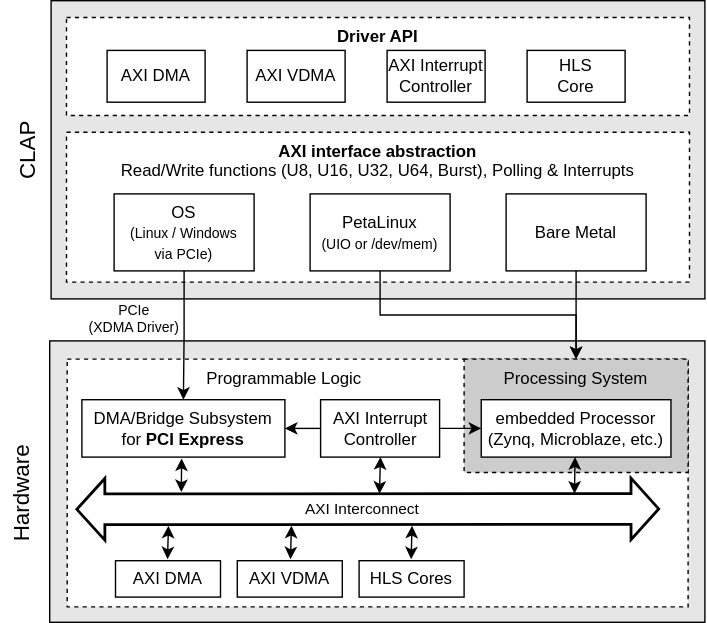
This is doc/CLAP_Overview.drawio.svg from fporrmann/CLAP, a draw.io export, as it was before one commit. Source tidied: cells renumbered, new cells last; positions are measured from the earlier drawing's top-left corner, leaving out a move shared by most shapes. Source of this version:
```xml
<mxGraphModel background="#ffffff">
  <root>
    <mxCell id="0" />
    <mxCell id="1" parent="0" />
    <mxCell id="2" style="rounded=0;whiteSpace=wrap;html=1;fontSize=10;verticalAlign=top;fontColor=#000000;fillColor=#E6E6E6;strokeColor=#000000;" parent="1" vertex="1">
      <mxGeometry x="49" y="243" width="468" height="201" as="geometry" />
    </mxCell>
    <mxCell id="3" style="rounded=0;whiteSpace=wrap;html=1;align=center;verticalAlign=top;fontColor=#000000;fillColor=#FFFFFF;strokeColor=#000000;dashed=1;" parent="1" vertex="1">
      <mxGeometry x="61.5" y="256" width="443.5" height="177" as="geometry" />
    </mxCell>
    <mxCell id="4" value="Processing System" style="rounded=0;whiteSpace=wrap;html=1;align=center;verticalAlign=top;fontColor=#000000;fillColor=#CCCCCC;strokeColor=#000000;dashed=1;" parent="1" vertex="1">
      <mxGeometry x="345" y="256" width="160" height="81" as="geometry" />
    </mxCell>
    <mxCell id="5" style="rounded=0;whiteSpace=wrap;html=1;fontSize=10;verticalAlign=top;fontColor=#000000;fillColor=#E6E6E6;strokeColor=#000000;" parent="1" vertex="1">
      <mxGeometry x="50" width="467" height="213" as="geometry" />
    </mxCell>
    <mxCell id="6" value="&lt;b&gt;Driver API&lt;/b&gt;" style="rounded=0;whiteSpace=wrap;html=1;dashed=1;horizontal=1;verticalAlign=top;fontColor=#000000;fillColor=#FFFFFF;strokeColor=#000000;" parent="1" vertex="1">
      <mxGeometry x="61" y="12" width="445" height="70" as="geometry" />
    </mxCell>
    <mxCell id="7" value="&lt;b&gt;AXI interface abstraction&lt;/b&gt;&amp;nbsp;&lt;br&gt;Read/Write functions&amp;nbsp;&lt;font style=&quot;font-size: 12px;&quot;&gt;(U8, U16, U32, U64, Burst),&amp;nbsp;Polling &amp;amp; Interrupts&lt;br&gt;&lt;/font&gt;" style="rounded=0;whiteSpace=wrap;html=1;fontColor=#000000;fillColor=#FFFFFF;strokeColor=#000000;horizontal=1;verticalAlign=top;dashed=1;" parent="1" vertex="1">
      <mxGeometry x="61" y="94" width="445" height="107" as="geometry" />
    </mxCell>
    <mxCell id="8" value="DMA/Bridge Subsystem &lt;br&gt;for &lt;b&gt;PCI Express&lt;/b&gt;" style="rounded=0;whiteSpace=wrap;html=1;fontColor=#000000;fillColor=none;strokeColor=#000000;" parent="1" vertex="1">
      <mxGeometry x="72" y="285" width="145" height="41" as="geometry" />
    </mxCell>
    <mxCell id="9" style="edgeStyle=orthogonalEdgeStyle;rounded=0;jettySize=auto;html=1;exitX=0.5;exitY=1;exitDx=0;exitDy=0;entryX=0.5;entryY=0;entryDx=0;entryDy=0;verticalAlign=bottom;fontSize=10;fontColor=#000000;labelBackgroundColor=none;strokeColor=#000000;" parent="1" edge="1" source="10" target="4">
      <mxGeometry relative="1" as="geometry" />
    </mxCell>
    <mxCell id="10" value="PetaLinux&lt;br&gt;&lt;font style=&quot;font-size: 10px;&quot;&gt;(UIO or /dev/mem)&lt;/font&gt;" style="rounded=0;whiteSpace=wrap;html=1;fontColor=#000000;fillColor=none;strokeColor=#000000;" parent="1" vertex="1">
      <mxGeometry x="235" y="138" width="100" height="55" as="geometry" />
    </mxCell>
    <mxCell id="11" style="edgeStyle=orthogonalEdgeStyle;rounded=0;jettySize=auto;html=1;exitX=0.5;exitY=1;exitDx=0;exitDy=0;entryX=0.5;entryY=0;entryDx=0;entryDy=0;fontSize=10;verticalAlign=bottom;fontColor=#000000;labelBackgroundColor=none;strokeColor=#000000;" parent="1" edge="1" source="12" target="4">
      <mxGeometry relative="1" as="geometry" />
    </mxCell>
    <mxCell id="12" value="Bare Metal" style="rounded=0;whiteSpace=wrap;html=1;fontColor=#000000;fillColor=none;strokeColor=#000000;" parent="1" vertex="1">
      <mxGeometry x="375" y="138" width="100" height="55" as="geometry" />
    </mxCell>
    <mxCell id="13" value="&lt;font style=&quot;font-size: 10px;&quot;&gt;PCIe&amp;nbsp;&lt;br style=&quot;font-size: 10px;&quot;&gt;(XDMA Driver)&lt;/font&gt;" style="edgeStyle=orthogonalEdgeStyle;rounded=0;jettySize=auto;html=1;exitX=0.5;exitY=1;exitDx=0;exitDy=0;entryX=0.5;entryY=0;entryDx=0;entryDy=0;fontSize=10;verticalAlign=middle;fontColor=#000000;labelBackgroundColor=#FFFFFF;strokeColor=#000000;" parent="1" edge="1" source="14" target="8">
      <mxGeometry x="-0.27" y="-36" relative="1" as="geometry" />
    </mxCell>
    <mxCell id="14" value="OS&amp;nbsp;&lt;br&gt;&lt;font style=&quot;font-size: 10px;&quot;&gt;(Linux / Windows &lt;br&gt;via PCIe)&lt;/font&gt;" style="rounded=0;whiteSpace=wrap;html=1;fontColor=#000000;fillColor=none;strokeColor=#000000;" parent="1" vertex="1">
      <mxGeometry x="95" y="138" width="100" height="55" as="geometry" />
    </mxCell>
    <mxCell id="15" value="HLS Cores" style="rounded=0;whiteSpace=wrap;html=1;fontColor=#000000;fillColor=none;strokeColor=#000000;" parent="1" vertex="1">
      <mxGeometry x="270" y="400" width="75" height="26" as="geometry" />
    </mxCell>
    <mxCell id="16" value="HLS &lt;br&gt;Core&amp;nbsp;" style="rounded=0;whiteSpace=wrap;html=1;fontColor=#000000;fillColor=none;strokeColor=#000000;" parent="1" vertex="1">
      <mxGeometry x="390" y="35.5" width="70" height="37" as="geometry" />
    </mxCell>
    <mxCell id="17" value="AXI DMA" style="rounded=0;whiteSpace=wrap;html=1;fontColor=#000000;fillColor=none;strokeColor=#000000;" parent="1" vertex="1">
      <mxGeometry x="90" y="35.5" width="70" height="37" as="geometry" />
    </mxCell>
    <mxCell id="18" value="AXI VDMA" style="rounded=0;whiteSpace=wrap;html=1;fontColor=#000000;fillColor=none;strokeColor=#000000;" parent="1" vertex="1">
      <mxGeometry x="190" y="35.5" width="70" height="37" as="geometry" />
    </mxCell>
    <mxCell id="19" value="AXI DMA" style="rounded=0;whiteSpace=wrap;html=1;fontColor=#000000;fillColor=none;strokeColor=#000000;" parent="1" vertex="1">
      <mxGeometry x="96" y="400" width="75" height="26" as="geometry" />
    </mxCell>
    <mxCell id="20" value="&lt;font style=&quot;font-size: 16px;&quot;&gt;Hardware&lt;/font&gt;" style="text;html=1;strokeColor=none;fillColor=none;align=center;verticalAlign=middle;whiteSpace=wrap;rounded=0;fontSize=8;horizontal=0;fontColor=#000000;" parent="1" vertex="1">
      <mxGeometry x="14" y="282" width="30" height="140" as="geometry" />
    </mxCell>
    <mxCell id="21" style="edgeStyle=orthogonalEdgeStyle;hachureGap=4;html=1;entryX=1;entryY=0.5;entryDx=0;entryDy=0;labelBackgroundColor=none;strokeColor=#000000;fontFamily=Architects Daughter;fontSource=https%3A%2F%2Ffonts.googleapis.com%2Fcss%3Ffamily%3DArchitects%2BDaughter;fontSize=10;fontColor=#000000;fillColor=none;rounded=0;exitX=0;exitY=0.5;exitDx=0;exitDy=0;" parent="1" edge="1" source="22" target="8">
      <mxGeometry relative="1" as="geometry" />
    </mxCell>
    <mxCell id="22" value="AXI Interrupt &lt;br&gt;Controller" style="rounded=0;whiteSpace=wrap;html=1;fontSize=12;verticalAlign=middle;fillColor=none;strokeColor=#000000;fontColor=#000000;" parent="1" vertex="1">
      <mxGeometry x="242.5" y="285" width="85" height="41" as="geometry" />
    </mxCell>
    <mxCell id="23" value="embedded Processor &lt;br&gt;(Zynq, Microblaze, etc.)" style="rounded=0;whiteSpace=wrap;html=1;fontColor=#000000;fillColor=#FFFFFF;strokeColor=#000000;" parent="1" vertex="1">
      <mxGeometry x="357.2" y="285" width="135.5" height="41" as="geometry" />
    </mxCell>
    <mxCell id="24" value="AXI Interrupt Controller" style="rounded=0;whiteSpace=wrap;html=1;fontColor=#000000;fillColor=none;strokeColor=#000000;" parent="1" vertex="1">
      <mxGeometry x="290" y="35.5" width="70" height="37" as="geometry" />
    </mxCell>
    <mxCell id="25" value="AXI VDMA" style="rounded=0;whiteSpace=wrap;html=1;fontColor=#000000;fillColor=none;strokeColor=#000000;" parent="1" vertex="1">
      <mxGeometry x="183" y="400" width="75" height="26" as="geometry" />
    </mxCell>
    <mxCell id="26" value="&lt;font style=&quot;border-color: rgb(0, 0, 0); font-family: Helvetica; font-size: 10px; font-style: normal; font-variant-ligatures: normal; font-variant-caps: normal; font-weight: 400; letter-spacing: normal; orphans: 2; text-indent: 0px; text-transform: none; widows: 2; word-spacing: 0px; -webkit-text-stroke-width: 0px; text-decoration-thickness: initial; text-decoration-style: initial; text-decoration-color: initial;&quot;&gt;&lt;span style=&quot;border-color: rgb(0, 0, 0); font-size: 16px;&quot;&gt;CLAP&amp;nbsp;&lt;/span&gt;&lt;br&gt;&lt;/font&gt;" style="text;whiteSpace=wrap;html=1;fillColor=none;strokeColor=none;fontColor=#000000;labelBackgroundColor=none;rotation=-90;align=center;" parent="1" vertex="1">
      <mxGeometry y="91" width="64" height="31" as="geometry" />
    </mxCell>
    <mxCell id="27" style="edgeStyle=orthogonalEdgeStyle;hachureGap=4;html=1;labelBackgroundColor=none;strokeColor=#000000;fontFamily=Architects Daughter;fontSource=https%3A%2F%2Ffonts.googleapis.com%2Fcss%3Ffamily%3DArchitects%2BDaughter;fontSize=10;fontColor=#000000;fillColor=none;rounded=0;exitX=1;exitY=0.5;exitDx=0;exitDy=0;entryX=0;entryY=0.5;entryDx=0;entryDy=0;" parent="1" edge="1" source="22" target="23">
      <mxGeometry relative="1" as="geometry" />
    </mxCell>
    <mxCell id="28" value="&lt;span style=&quot;color: rgb(0, 0, 0); font-family: Helvetica; font-size: 12px; font-style: normal; font-variant-ligatures: normal; font-variant-caps: normal; font-weight: 400; letter-spacing: normal; orphans: 2; text-indent: 0px; text-transform: none; widows: 2; word-spacing: 0px; -webkit-text-stroke-width: 0px; text-decoration-thickness: initial; text-decoration-style: initial; text-decoration-color: initial; float: none; display: inline !important;&quot;&gt;Programmable Logic&lt;br&gt;&lt;/span&gt;" style="text;whiteSpace=wrap;html=1;fontColor=#000000;fillColor=none;labelBackgroundColor=none;align=right;" parent="1" vertex="1">
      <mxGeometry x="145" y="256" width="129" height="26" as="geometry" />
    </mxCell>
    <mxCell id="29" style="shape=flexArrow;endArrow=classic;startArrow=classic;html=1;rounded=0;strokeWidth=2;width=21;endSize=5.923076923076923;exitX=0.021;exitY=0.52;exitDx=0;exitDy=0;exitPerimeter=0;fontColor=#000000;fillColor=none;strokeColor=#000000;" parent="1" edge="1">
      <mxGeometry relative="1" as="geometry">
        <mxPoint x="67.4" y="363.3" as="sourcePoint" />
        <mxPoint x="485" y="363" as="targetPoint" />
      </mxGeometry>
    </mxCell>
    <mxCell id="30" value="AXI Interconnect" style="edgeLabel;html=1;align=center;verticalAlign=middle;fontColor=#000000;labelBackgroundColor=none;rounded=0;" parent="29" vertex="1">
      <mxGeometry x="-0.4" y="-4" relative="1" as="geometry">
        <mxPoint x="80" y="-5" as="offset" />
      </mxGeometry>
    </mxCell>
    <mxCell id="31" style="endArrow=classic;startArrow=classic;html=1;rounded=0;entryX=0.5;entryY=1;entryDx=0;entryDy=0;fontColor=#000000;strokeColor=#000000;exitX=0.503;exitY=0.543;exitDx=0;exitDy=0;exitPerimeter=0;jumpSize=6;spacing=2;" parent="1" edge="1" source="3">
      <mxGeometry relative="1" as="geometry">
        <mxPoint x="285.2" y="326" as="targetPoint" />
      </mxGeometry>
    </mxCell>
    <mxCell id="32" style="endArrow=classic;startArrow=classic;html=1;rounded=0;entryX=0.5;entryY=1;entryDx=0;entryDy=0;fontColor=#000000;strokeColor=#000000;exitX=0.817;exitY=0.543;exitDx=0;exitDy=0;exitPerimeter=0;jumpSize=6;spacing=2;" parent="1" edge="1" source="3">
      <mxGeometry relative="1" as="geometry">
        <mxPoint x="424.2" y="326" as="targetPoint" />
      </mxGeometry>
    </mxCell>
    <mxCell id="33" style="endArrow=classic;startArrow=classic;html=1;rounded=0;entryX=0.5;entryY=1;entryDx=0;entryDy=0;fontColor=#000000;strokeColor=#000000;jumpSize=6;spacing=2;" parent="1" edge="1">
      <mxGeometry relative="1" as="geometry">
        <mxPoint x="143" y="351" as="sourcePoint" />
        <mxPoint x="143.2" y="327" as="targetPoint" />
      </mxGeometry>
    </mxCell>
    <mxCell id="34" style="endArrow=classic;startArrow=classic;html=1;rounded=0;entryX=0.5;entryY=1;entryDx=0;entryDy=0;fontColor=#000000;strokeColor=#000000;exitX=0.503;exitY=0.543;exitDx=0;exitDy=0;exitPerimeter=0;jumpSize=6;spacing=2;" parent="1" edge="1">
      <mxGeometry relative="1" as="geometry">
        <mxPoint x="307.2" y="398.9" as="sourcePoint" />
        <mxPoint x="307.8" y="375" as="targetPoint" />
      </mxGeometry>
    </mxCell>
    <mxCell id="35" style="endArrow=classic;startArrow=classic;html=1;rounded=0;entryX=0.5;entryY=1;entryDx=0;entryDy=0;fontColor=#000000;strokeColor=#000000;exitX=0.503;exitY=0.543;exitDx=0;exitDy=0;exitPerimeter=0;jumpSize=6;spacing=2;" parent="1" edge="1">
      <mxGeometry relative="1" as="geometry">
        <mxPoint x="221" y="398.9" as="sourcePoint" />
        <mxPoint x="221.7" y="375" as="targetPoint" />
      </mxGeometry>
    </mxCell>
    <mxCell id="36" style="endArrow=classic;startArrow=classic;html=1;rounded=0;entryX=0.5;entryY=1;entryDx=0;entryDy=0;fontColor=#000000;strokeColor=#000000;exitX=0.503;exitY=0.543;exitDx=0;exitDy=0;exitPerimeter=0;jumpSize=6;spacing=2;" parent="1" edge="1">
      <mxGeometry relative="1" as="geometry">
        <mxPoint x="133.2" y="398.9" as="sourcePoint" />
        <mxPoint x="133.8" y="375" as="targetPoint" />
      </mxGeometry>
    </mxCell>
  </root>
</mxGraphModel>
```
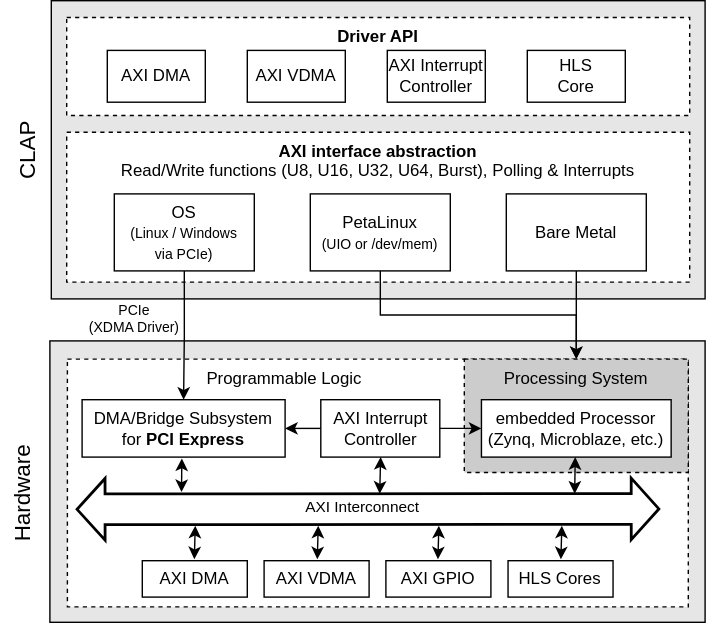
The same file after the commit.

Commit message:
Add block "AXI GPIO" to AXI Interconnect

What changed in the source:
```diff
@@ -41,8 +41,8 @@
     <mxCell id="14" value="OS&amp;nbsp;&lt;br&gt;&lt;font style=&quot;font-size: 10px;&quot;&gt;(Linux / Windows &lt;br&gt;via PCIe)&lt;/font&gt;" style="rounded=0;whiteSpace=wrap;html=1;fontColor=#000000;fillColor=none;strokeColor=#000000;" parent="1" vertex="1">
       <mxGeometry x="95" y="138" width="100" height="55" as="geometry" />
     </mxCell>
-    <mxCell id="15" value="HLS Cores" style="rounded=0;whiteSpace=wrap;html=1;fontColor=#000000;fillColor=none;strokeColor=#000000;" parent="1" vertex="1">
-      <mxGeometry x="270" y="400" width="75" height="26" as="geometry" />
+    <mxCell id="15" value="AXI GPIO" style="rounded=0;whiteSpace=wrap;html=1;fontColor=#000000;fillColor=none;strokeColor=#000000;" parent="1" vertex="1">
+      <mxGeometry x="289" y="400" width="75" height="26" as="geometry" />
     </mxCell>
     <mxCell id="16" value="HLS &lt;br&gt;Core&amp;nbsp;" style="rounded=0;whiteSpace=wrap;html=1;fontColor=#000000;fillColor=none;strokeColor=#000000;" parent="1" vertex="1">
       <mxGeometry x="390" y="35.5" width="70" height="37" as="geometry" />
@@ -54,7 +54,7 @@
       <mxGeometry x="190" y="35.5" width="70" height="37" as="geometry" />
     </mxCell>
     <mxCell id="19" value="AXI DMA" style="rounded=0;whiteSpace=wrap;html=1;fontColor=#000000;fillColor=none;strokeColor=#000000;" parent="1" vertex="1">
-      <mxGeometry x="96" y="400" width="75" height="26" as="geometry" />
+      <mxGeometry x="115" y="400" width="75" height="26" as="geometry" />
     </mxCell>
     <mxCell id="20" value="&lt;font style=&quot;font-size: 16px;&quot;&gt;Hardware&lt;/font&gt;" style="text;html=1;strokeColor=none;fillColor=none;align=center;verticalAlign=middle;whiteSpace=wrap;rounded=0;fontSize=8;horizontal=0;fontColor=#000000;" parent="1" vertex="1">
       <mxGeometry x="14" y="282" width="30" height="140" as="geometry" />
@@ -72,7 +72,7 @@
       <mxGeometry x="290" y="35.5" width="70" height="37" as="geometry" />
     </mxCell>
     <mxCell id="25" value="AXI VDMA" style="rounded=0;whiteSpace=wrap;html=1;fontColor=#000000;fillColor=none;strokeColor=#000000;" parent="1" vertex="1">
-      <mxGeometry x="183" y="400" width="75" height="26" as="geometry" />
+      <mxGeometry x="202" y="400" width="75" height="26" as="geometry" />
     </mxCell>
     <mxCell id="26" value="&lt;font style=&quot;border-color: rgb(0, 0, 0); font-family: Helvetica; font-size: 10px; font-style: normal; font-variant-ligatures: normal; font-variant-caps: normal; font-weight: 400; letter-spacing: normal; orphans: 2; text-indent: 0px; text-transform: none; widows: 2; word-spacing: 0px; -webkit-text-stroke-width: 0px; text-decoration-thickness: initial; text-decoration-style: initial; text-decoration-color: initial;&quot;&gt;&lt;span style=&quot;border-color: rgb(0, 0, 0); font-size: 16px;&quot;&gt;CLAP&amp;nbsp;&lt;/span&gt;&lt;br&gt;&lt;/font&gt;" style="text;whiteSpace=wrap;html=1;fillColor=none;strokeColor=none;fontColor=#000000;labelBackgroundColor=none;rotation=-90;align=center;" parent="1" vertex="1">
       <mxGeometry y="91" width="64" height="31" as="geometry" />
@@ -112,21 +112,30 @@
     </mxCell>
     <mxCell id="34" style="endArrow=classic;startArrow=classic;html=1;rounded=0;entryX=0.5;entryY=1;entryDx=0;entryDy=0;fontColor=#000000;strokeColor=#000000;exitX=0.503;exitY=0.543;exitDx=0;exitDy=0;exitPerimeter=0;jumpSize=6;spacing=2;" parent="1" edge="1">
       <mxGeometry relative="1" as="geometry">
-        <mxPoint x="307.2" y="398.9" as="sourcePoint" />
-        <mxPoint x="307.8" y="375" as="targetPoint" />
+        <mxPoint x="326.2" y="398.9" as="sourcePoint" />
+        <mxPoint x="326.8" y="375" as="targetPoint" />
       </mxGeometry>
     </mxCell>
     <mxCell id="35" style="endArrow=classic;startArrow=classic;html=1;rounded=0;entryX=0.5;entryY=1;entryDx=0;entryDy=0;fontColor=#000000;strokeColor=#000000;exitX=0.503;exitY=0.543;exitDx=0;exitDy=0;exitPerimeter=0;jumpSize=6;spacing=2;" parent="1" edge="1">
       <mxGeometry relative="1" as="geometry">
-        <mxPoint x="221" y="398.9" as="sourcePoint" />
-        <mxPoint x="221.7" y="375" as="targetPoint" />
+        <mxPoint x="240" y="398.9" as="sourcePoint" />
+        <mxPoint x="240.7" y="375" as="targetPoint" />
       </mxGeometry>
     </mxCell>
     <mxCell id="36" style="endArrow=classic;startArrow=classic;html=1;rounded=0;entryX=0.5;entryY=1;entryDx=0;entryDy=0;fontColor=#000000;strokeColor=#000000;exitX=0.503;exitY=0.543;exitDx=0;exitDy=0;exitPerimeter=0;jumpSize=6;spacing=2;" parent="1" edge="1">
       <mxGeometry relative="1" as="geometry">
-        <mxPoint x="133.2" y="398.9" as="sourcePoint" />
-        <mxPoint x="133.8" y="375" as="targetPoint" />
+        <mxPoint x="152.2" y="398.9" as="sourcePoint" />
+        <mxPoint x="152.8" y="375" as="targetPoint" />
       </mxGeometry>
     </mxCell>
+    <mxCell id="37" value="HLS Cores" style="rounded=0;whiteSpace=wrap;html=1;fontColor=#000000;fillColor=none;strokeColor=#000000;" parent="1" vertex="1">
+      <mxGeometry x="376.2" y="400" width="75" height="26" as="geometry" />
+    </mxCell>
+    <mxCell id="38" style="endArrow=classic;startArrow=classic;html=1;rounded=0;entryX=0.5;entryY=1;entryDx=0;entryDy=0;fontColor=#000000;strokeColor=#000000;exitX=0.503;exitY=0.543;exitDx=0;exitDy=0;exitPerimeter=0;jumpSize=6;spacing=2;" parent="1" edge="1">
+      <mxGeometry relative="1" as="geometry">
+        <mxPoint x="414" y="398.9" as="sourcePoint" />
+        <mxPoint x="414.7" y="375" as="targetPoint" />
+      </mxGeometry>
+    </mxCell>
   </root>
 </mxGraphModel>
```
